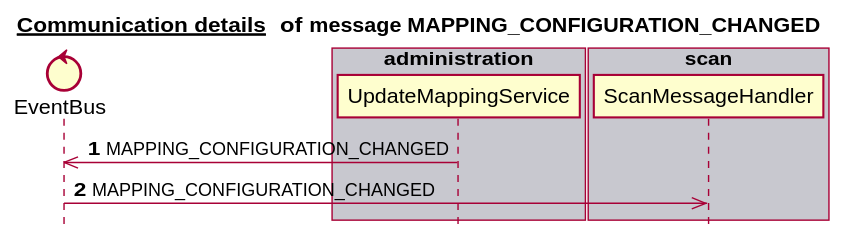
Earlier version of the PlantUML export docs/latest/images/gen_domain_messaging_mapping_configuration_changed.svg (mercedes-benz/sechub).
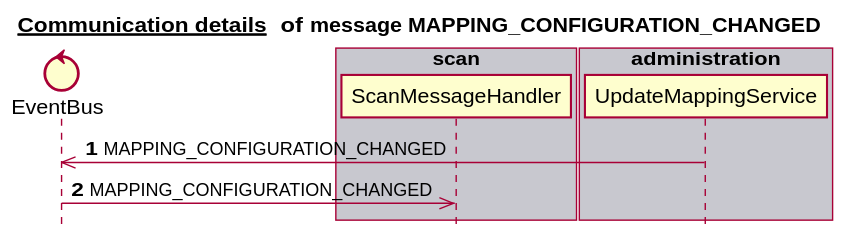
After the change.

What changed in the source:
```diff
@@ -6,17 +6,17 @@
 
 
 control EventBus
-box "notification" #C8C8CF
+box "scan" #C8C8CF
+   participant ScanMessageHandler
 end box
-box "authorization" #F8F8FF
+box "schedule" #F8F8FF
+end box
+box "authorization" #C8C8CF
+end box
+box "notification" #F8F8FF
 end box
 box "administration" #C8C8CF
    participant UpdateMappingService
-end box
-box "schedule" #F8F8FF
-end box
-box "scan" #C8C8CF
-   participant ScanMessageHandler
 end box
 autonumber 1
 UpdateMappingService ->> EventBus:MAPPING_CONFIGURATION_CHANGED
```
